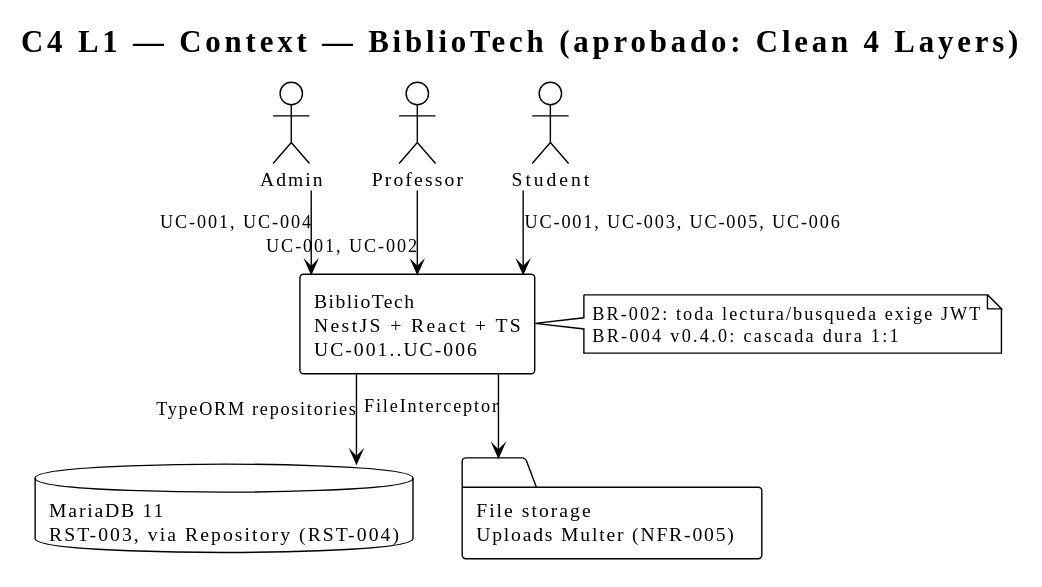
Before: 2026-09-29-laboratorio-bibliotech/docs/03-architecture/c4-context.svg, a diagram exported from PlantUML (estebanmatias92/tecnicatura-practicas-profesionalizantes-ii). Its diagram source:
```plantuml
@startuml
!theme plain
skinparam linetype ortho

title C4 L1 — Context — BiblioTech (aprobado: Clean 4 Layers)

actor Admin as admin
actor Professor as professor
actor Student as student

rectangle "BiblioTech\nNestJS + React + TS\nUC-001..UC-006" as boundary

database "MariaDB 11\nRST-003, via Repository (RST-004)" as mariadb
folder "File storage\nUploads Multer (NFR-005)" as fs

admin --> boundary : "UC-001, UC-004"
professor --> boundary : "UC-001, UC-002"
student --> boundary : "UC-001, UC-003, UC-005, UC-006"
boundary --> mariadb : "TypeORM repositories"
boundary --> fs : "FileInterceptor"

note right of boundary
  BR-002: toda lectura/busqueda exige JWT
  BR-004 v0.4.0: cascada dura 1:1
end note
@enduml
```
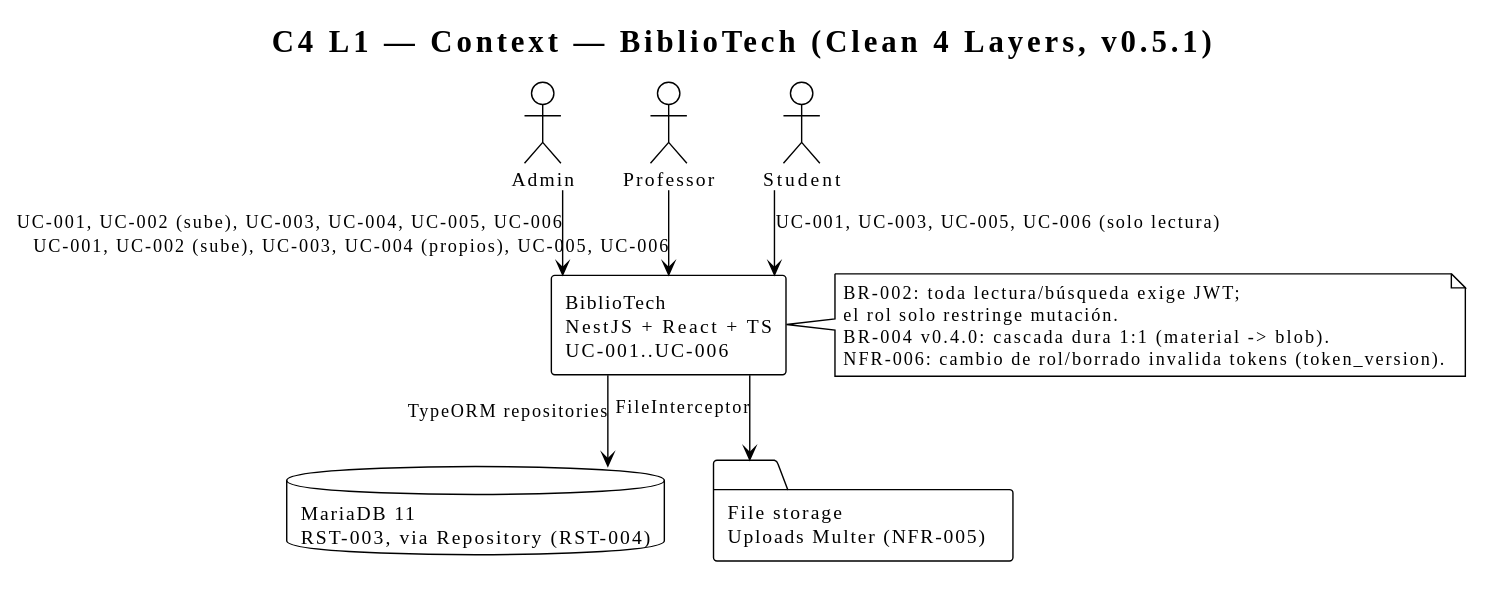
After the commit.

Diff of the diagram source:
```diff
@@ -2,7 +2,7 @@
 !theme plain
 skinparam linetype ortho
 
-title C4 L1 — Context — BiblioTech (aprobado: Clean 4 Layers)
+title C4 L1 — Context — BiblioTech (Clean 4 Layers, v0.5.1)
 
 actor Admin as admin
 actor Professor as professor
@@ -13,14 +13,16 @@
 database "MariaDB 11\nRST-003, via Repository (RST-004)" as mariadb
 folder "File storage\nUploads Multer (NFR-005)" as fs
 
-admin --> boundary : "UC-001, UC-004"
-professor --> boundary : "UC-001, UC-002"
-student --> boundary : "UC-001, UC-003, UC-005, UC-006"
+admin --> boundary : "UC-001, UC-002 (sube), UC-003, UC-004, UC-005, UC-006"
+professor --> boundary : "UC-001, UC-002 (sube), UC-003, UC-004 (propios), UC-005, UC-006"
+student --> boundary : "UC-001, UC-003, UC-005, UC-006 (solo lectura)"
 boundary --> mariadb : "TypeORM repositories"
 boundary --> fs : "FileInterceptor"
 
 note right of boundary
-  BR-002: toda lectura/busqueda exige JWT
-  BR-004 v0.4.0: cascada dura 1:1
+  BR-002: toda lectura/búsqueda exige JWT;
+  el rol solo restringe mutación.
+  BR-004 v0.4.0: cascada dura 1:1 (material -> blob).
+  NFR-006: cambio de rol/borrado invalida tokens (token_version).
 end note
 @enduml
```
